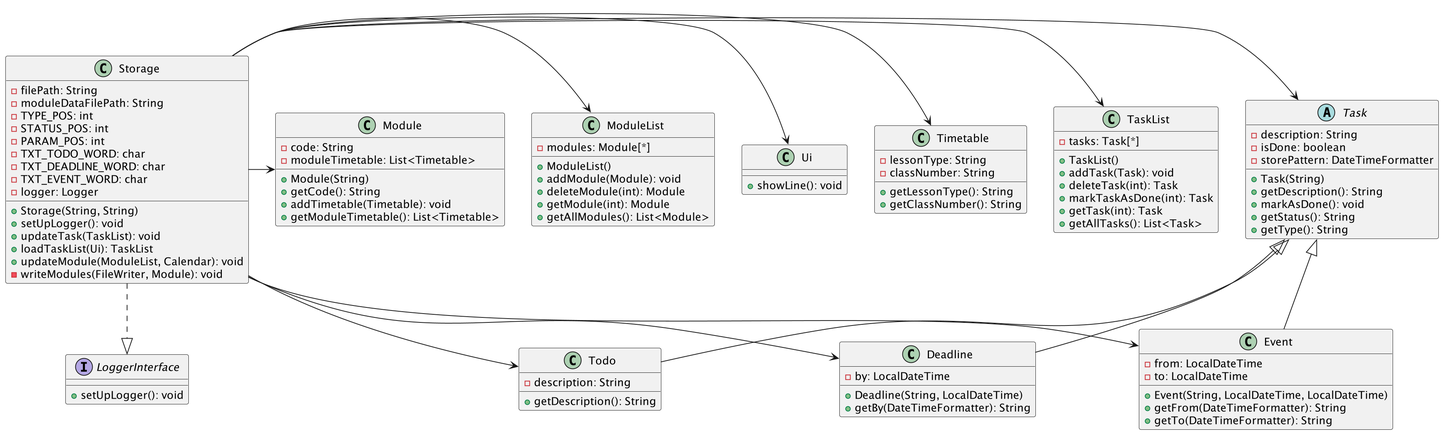
nus-cs2113-AY2223S2/tp keeps this PlantUML diagram as docs/uml-diagrams/Storage.png. Above is the earlier version.
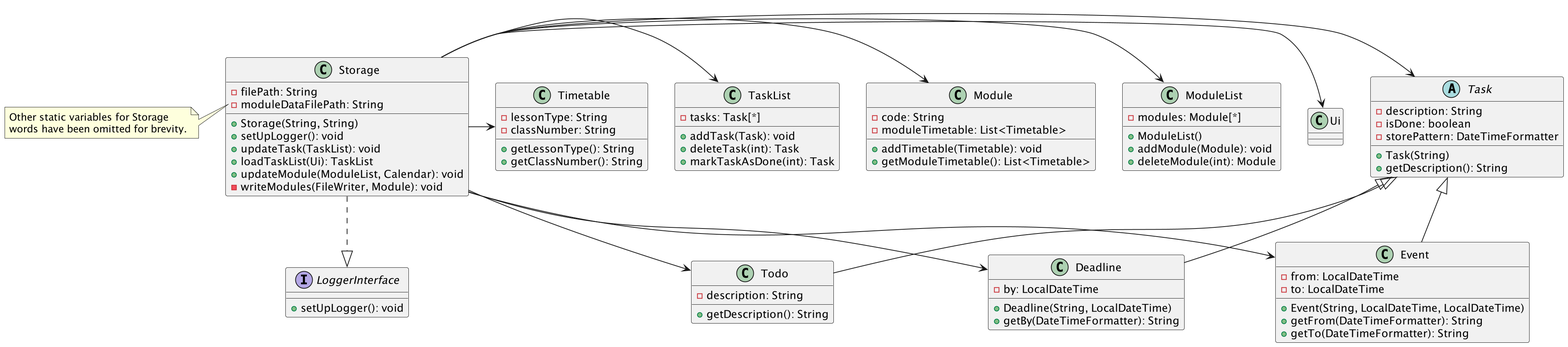
Later version of the same file.

Commit message:
Made storage class diagram simpler

What changed in the source:
```diff
@@ -7,13 +7,7 @@
 class Storage {
     - filePath: String
     - moduleDataFilePath: String
-    - TYPE_POS: int
-    - STATUS_POS: int
-    - PARAM_POS: int
-    - TXT_TODO_WORD: char
-    - TXT_DEADLINE_WORD: char
-    - TXT_EVENT_WORD: char
-    - logger: Logger
+
 
     + Storage(String, String)
     + setUpLogger(): void
@@ -22,15 +16,17 @@
     + updateModule(ModuleList, Calendar): void
     - writeModules(FileWriter, Module): void
 }
+note left of Storage::moduleDataFilePath
+    Other static variables for Storage
+    words have been omitted for brevity.
+end note
 
 class TaskList {
     -tasks: Task[*]
-    + TaskList()
     + addTask(Task): void
     + deleteTask(int): Task
     + markTaskAsDone(int): Task
-    + getTask(int): Task
-    + getAllTasks(): List<Task>
+
 }
 
 abstract class Task {
@@ -40,9 +36,7 @@
 
     + Task(String)
     + getDescription(): String
-    + markAsDone(): void
-    + getStatus(): String
-    + getType(): String
+
 }
 
 class Todo extends Task {
@@ -67,7 +61,7 @@
 }
 
 class Ui {
-    + showLine(): void
+
 }
 
 class ModuleList  {
@@ -75,16 +69,13 @@
     + ModuleList()
     + addModule(Module): void
     + deleteModule(int): Module
-    + getModule(int): Module
-    + getAllModules(): List<Module>
+
 }
 
 class Module {
     - code: String
     - moduleTimetable: List<Timetable>
 
-    + Module(String)
-    + getCode(): String
     + addTimetable(Timetable): void
     + getModuleTimetable(): List<Timetable>
 }
```
